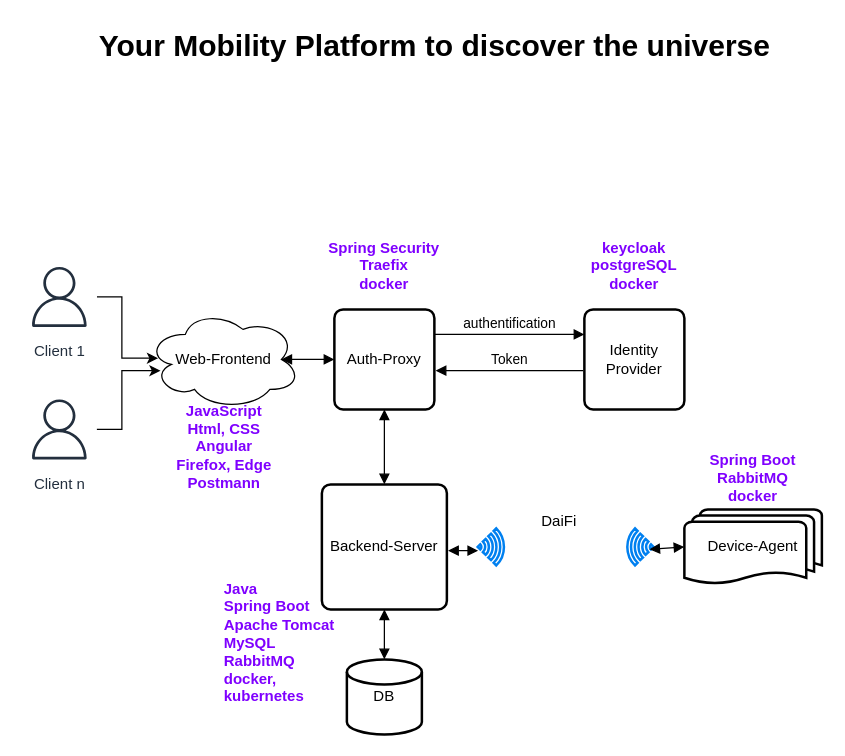
JoePalmeras66/BackendServerAdvanced keeps this draw.io diagram as Aufgabe_1+2.drawio. Above is the earlier version. Source tidied: cells renumbered, new cells numbered last; positions are measured from the earlier drawing's top-left corner, leaving out a move shared by most shapes. Both pictures are drawn from the tidied source at 125%, with x=0, y=0 at pixel (21, 21).
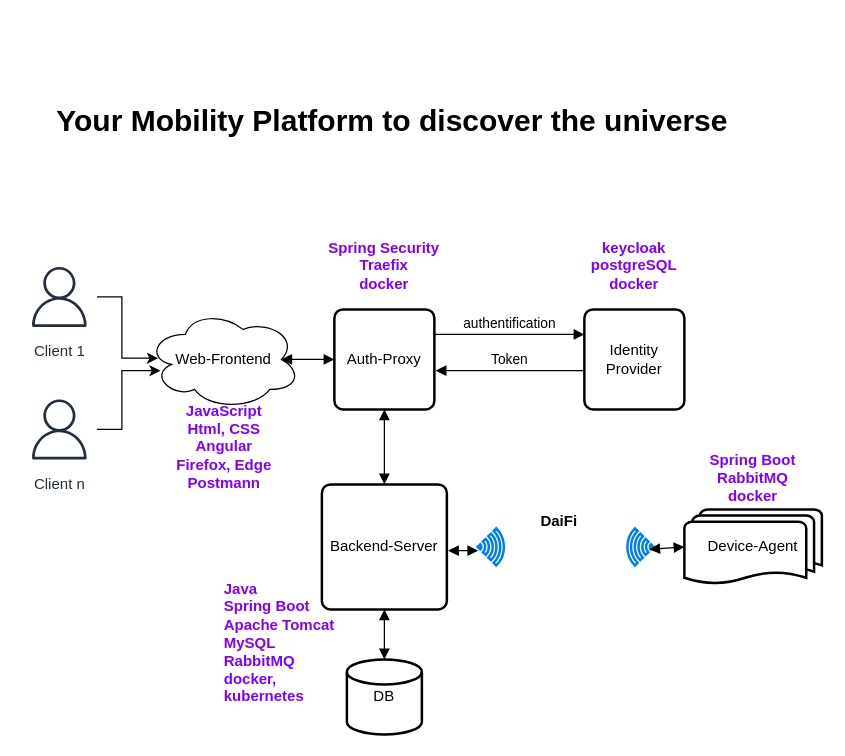
The same diagram, later.

Commit message:
nip/tuck

The edit, as a diff of the source:
```diff
@@
-    <mxCell id="21" value="DaiFi" style="text;html=1;strokeColor=none;fillColor=none;align=center;verticalAlign=middle;whiteSpace=wrap;rounded=0;" parent="1" vertex="1">
+    <mxCell id="21" value="&lt;b&gt;DaiFi&lt;/b&gt;" style="text;html=1;strokeColor=none;fillColor=none;align=center;verticalAlign=middle;whiteSpace=wrap;rounded=0;" parent="1" vertex="1">
       <mxGeometry x="410" y="390" width="40" height="20" as="geometry" />
     </mxCell>
@@
     <mxCell id="27" value="Your Mobility Platform to discover the universe" style="text;strokeColor=none;fillColor=none;html=1;fontSize=24;fontStyle=1;verticalAlign=middle;align=center;" parent="1" vertex="1">
-      <mxGeometry x="280" width="100" height="40" as="geometry" />
+      <mxGeometry x="246" y="60" width="100" height="40" as="geometry" />
     </mxCell>
```
